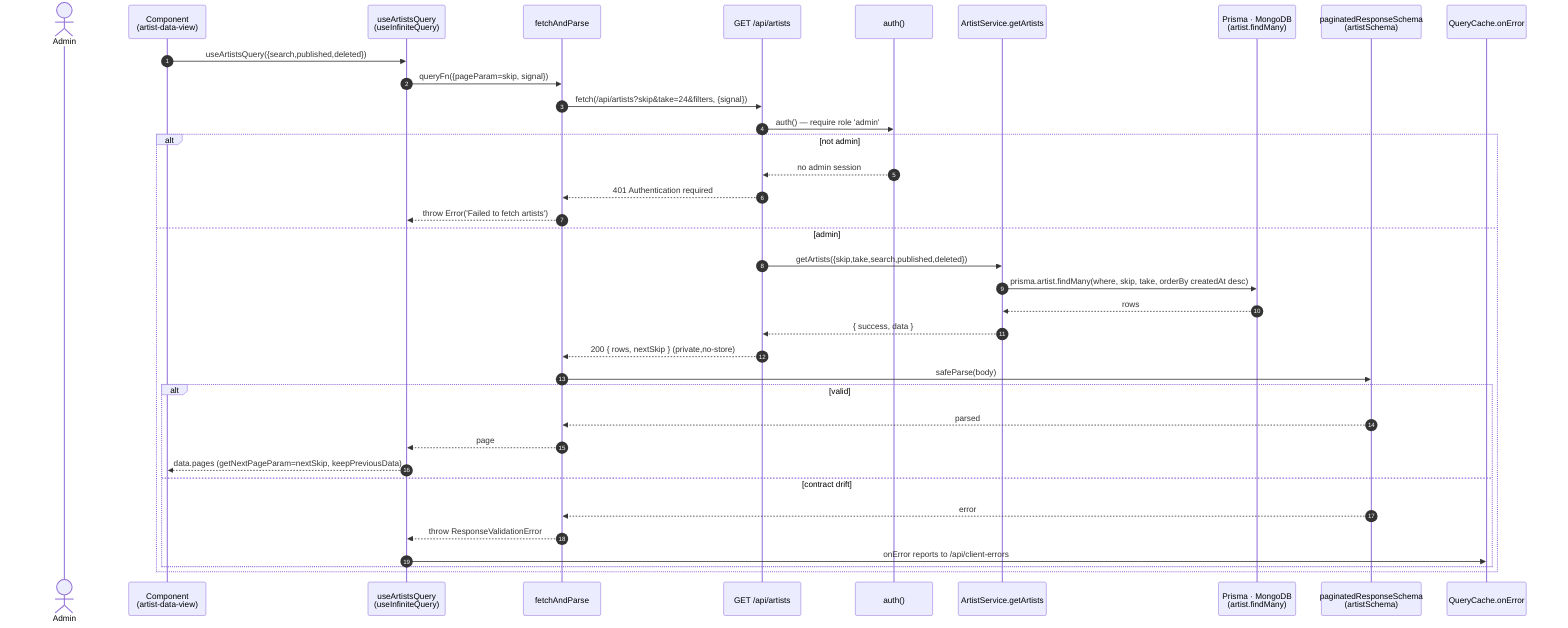
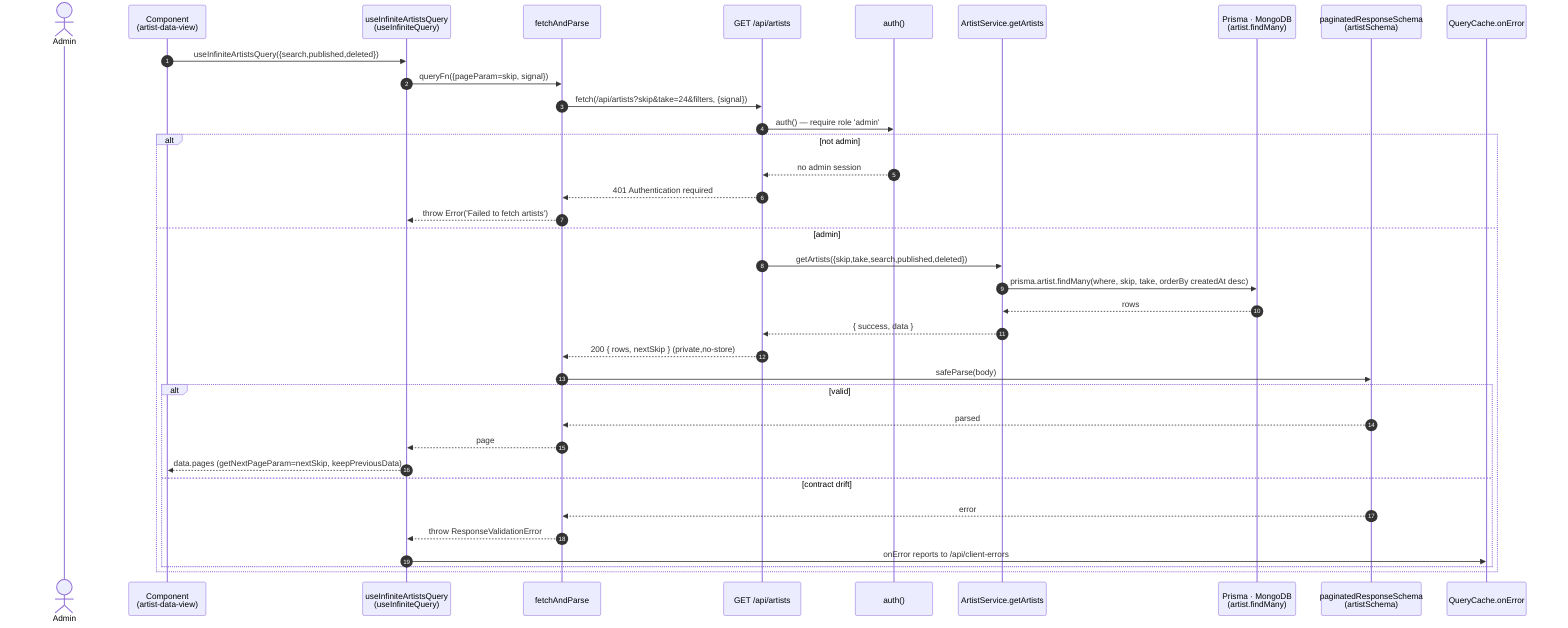
- %% useArtistsQuery — admin artists listing (infinite)
+ %% useInfiniteArtistsQuery — admin artists listing (infinite)
sequenceDiagram
    autonumber
    actor U as Admin
    participant C as Component<br/>(artist-data-view)
-     participant H as useArtistsQuery<br/>(useInfiniteQuery)
+     participant H as useInfiniteArtistsQuery<br/>(useInfiniteQuery)
    participant F as fetchAndParse
    participant R as GET /api/artists
    participant A as auth()
    participant SV as ArtistService.getArtists
    participant DB as Prisma · MongoDB<br/>(artist.findMany)
    participant V as paginatedResponseSchema<br/>(artistSchema)
    participant RC as QueryCache.onError
-     C->>H: useArtistsQuery({search,published,deleted})
+     C->>H: useInfiniteArtistsQuery({search,published,deleted})
    H->>F: queryFn({pageParam=skip, signal})
    F->>R: fetch(/api/artists?skip&take=24&filters, {signal})
    R->>A: auth() — require role 'admin'
    alt not admin
        A-->>R: no admin session
        R-->>F: 401 Authentication required
        F-->>H: throw Error('Failed to fetch artists')
    else admin
        R->>SV: getArtists({skip,take,search,published,deleted})
        SV->>DB: prisma.artist.findMany(where, skip, take, orderBy createdAt desc)
        DB-->>SV: rows
        SV-->>R: { success, data }
        R-->>F: 200 { rows, nextSkip } (private,no-store)
        F->>V: safeParse(body)
        alt valid
            V-->>F: parsed
            F-->>H: page
            H-->>C: data.pages (getNextPageParam=nextSkip, keepPreviousData)
        else contract drift
            V-->>F: error
            F-->>H: throw ResponseValidationError
            H->>RC: onError reports to /api/client-errors
        end
    end
